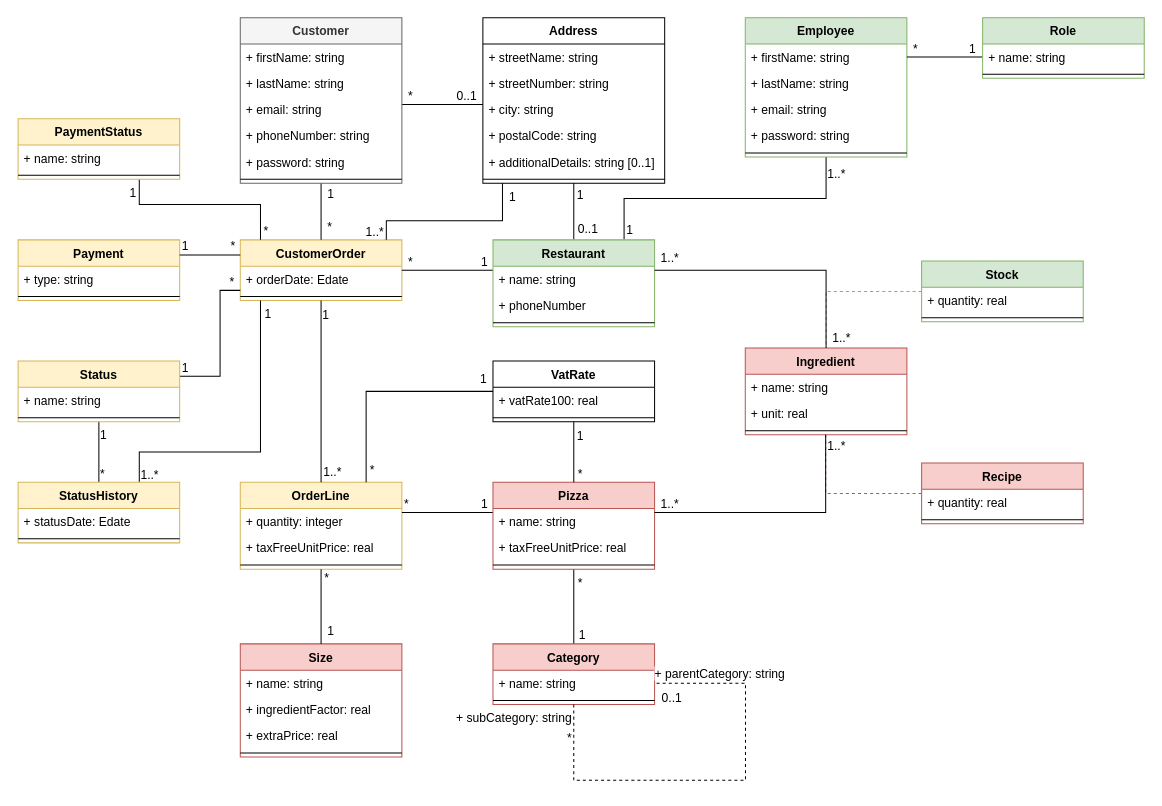
Above: page "ClassDiagram" (11 of 13) of Diagrams/OCPizza.drawio in GuillaumeOj/DesignTechnicalSolution (draw.io), before the change. Source tidied: cells renumbered, new cells numbered last; positions are measured from the earlier drawing's top-left corner, leaving out a move shared by most shapes. Both pictures are drawn from the tidied source at 101%, with x=0, y=0 at pixel (17, 17).
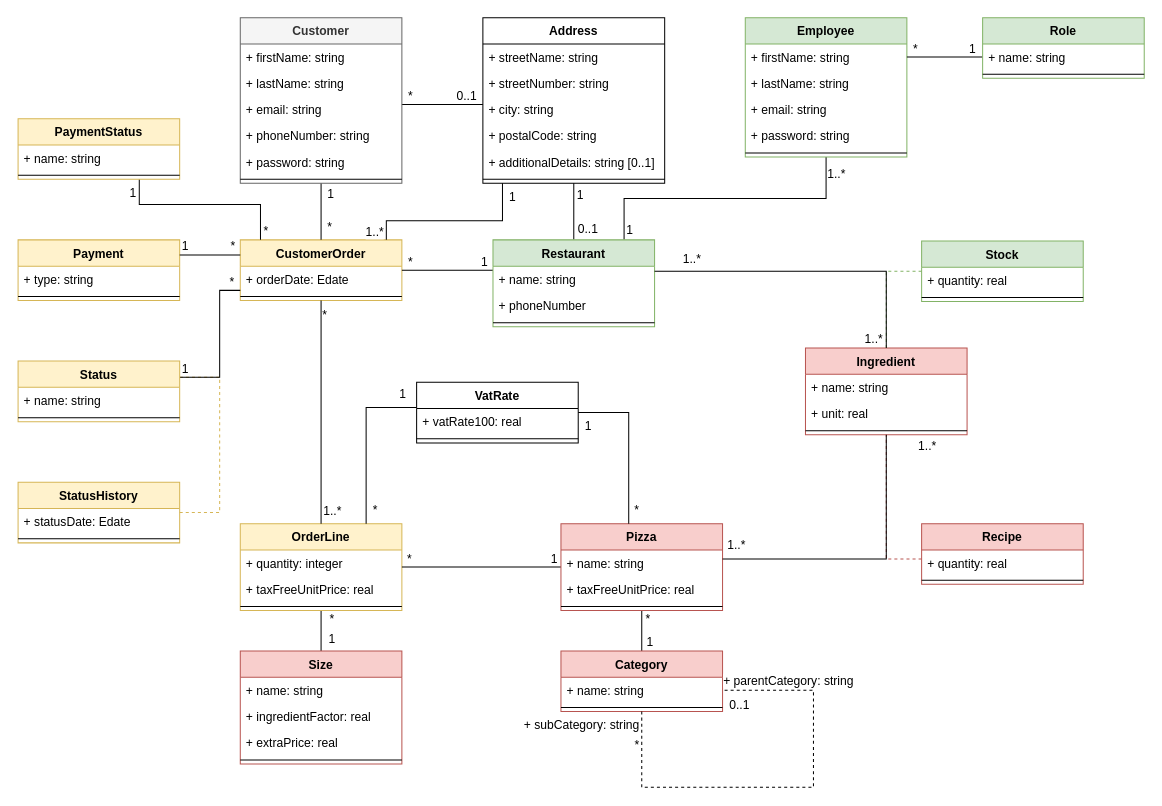
The same page after the edit.

The change refers to these unchanged cells:
```xml
<mxCell id="13" value="CustomerOrder" style="swimlane;fontStyle=1;align=center;verticalAlign=top;horizontal=1;startSize=26;fillColor=#fff2cc;strokeColor=#d6b656;" parent="1" vertex="1">
  <mxGeometry x="220.4" y="220" width="160" height="60" as="geometry" />
</mxCell>
<mxCell id="61" value="Restaurant" style="swimlane;fontStyle=1;align=center;verticalAlign=top;horizontal=1;startSize=26;fillColor=#d5e8d4;strokeColor=#82b366;" parent="1" vertex="1">
  <mxGeometry x="470.6" y="220" width="160" height="86" as="geometry" />
</mxCell>
<mxCell id="81" value="+ name: string" style="text;strokeColor=none;fillColor=none;align=left;verticalAlign=top;spacingLeft=4;spacingRight=4;overflow=hidden;points=[[0,0.5],[1,0.5]];portConstraint=eastwest;" parent="80" vertex="1">
  <mxGeometry y="26" width="160" height="26" as="geometry" />
</mxCell>
<mxCell id="116" value="Status" style="swimlane;fontStyle=1;align=center;verticalAlign=top;horizontal=1;startSize=26;fillColor=#fff2cc;strokeColor=#d6b656;" parent="1" vertex="1">
  <mxGeometry x="0.4" y="340" width="160" height="60" as="geometry" />
</mxCell>
<mxCell id="122" value="StatusHistory" style="swimlane;fontStyle=1;align=center;verticalAlign=top;horizontal=1;startSize=26;fillColor=#fff2cc;strokeColor=#d6b656;" parent="1" vertex="1">
  <mxGeometry x="0.4" y="460" width="160" height="60" as="geometry" />
</mxCell>
```

What changed in the source:
```diff
@@
+    <mxCell id="119" style="edgeStyle=orthogonalEdgeStyle;rounded=0;jettySize=auto;html=1;startFill=1;endArrow=none;endFill=0;fillColor=#fff2cc;strokeColor=#d6b656;dashed=1;" parent="1" edge="1" source="122" target="116">
+      <mxGeometry relative="1" as="geometry">
+        <Array as="points">
+          <mxPoint x="200" y="490" />
+          <mxPoint x="200" y="356" />
+        </Array>
+      </mxGeometry>
+    </mxCell>
     <mxCell id="2" style="edgeStyle=orthogonalEdgeStyle;rounded=0;jettySize=auto;html=1;endArrow=none;endFill=0;dashed=1;fillColor=#f8cecc;strokeColor=#b85450;" parent="1" edge="1" source="71" target="16">
       <mxGeometry relative="1" as="geometry">
         <Array as="points">
-          <mxPoint x="800" y="471" />
+          <mxPoint x="860" y="536" />
         </Array>
       </mxGeometry>
     </mxCell>
     <mxCell id="3" style="edgeStyle=orthogonalEdgeStyle;rounded=0;jettySize=auto;html=1;dashed=1;endArrow=none;endFill=0;fillColor=#d5e8d4;strokeColor=#82b366;" parent="1" edge="1" source="68" target="16">
-      <mxGeometry relative="1" as="geometry" />
+      <mxGeometry relative="1" as="geometry">
+        <Array as="points">
+          <mxPoint x="860" y="251" />
+        </Array>
+      </mxGeometry>
     </mxCell>
+    <mxCell id="140" style="edgeStyle=orthogonalEdgeStyle;rounded=0;jettySize=auto;html=1;endArrow=none;endFill=0;" parent="1" edge="1" source="4" target="9">
+      <mxGeometry relative="1" as="geometry" />
+    </mxCell>
+    <mxCell id="141" value="1" style="text;html=1;align=center;verticalAlign=middle;labelBackgroundColor=#ffffff;" parent="140" vertex="1">
+      <mxGeometry x="-0.17" y="-2" relative="1" as="geometry">
+        <mxPoint x="7.6" y="5.5" as="offset" />
+      </mxGeometry>
+    </mxCell>
+    <mxCell id="142" value="*" style="text;html=1;align=center;verticalAlign=middle;labelBackgroundColor=#ffffff;" parent="140" vertex="1">
+      <mxGeometry x="0.49" y="-2" relative="1" as="geometry">
+        <mxPoint x="7.6" y="-1.1" as="offset" />
+      </mxGeometry>
+    </mxCell>
     <mxCell id="4" value="Size" style="swimlane;fontStyle=1;align=center;verticalAlign=top;horizontal=1;startSize=26;fillColor=#f8cecc;strokeColor=#b85450;" parent="1" vertex="1">
-      <mxGeometry x="220.4" y="620" width="160" height="112" as="geometry" />
+      <mxGeometry x="220.4" y="627" width="160" height="112" as="geometry" />
     </mxCell>
@@
     <mxCell id="9" value="OrderLine" style="swimlane;fontStyle=1;align=center;verticalAlign=top;horizontal=1;startSize=26;fillColor=#fff2cc;strokeColor=#d6b656;" parent="1" vertex="1">
-      <mxGeometry x="220.4" y="460" width="160" height="86" as="geometry" />
+      <mxGeometry x="220.4" y="501" width="160" height="86" as="geometry" />
     </mxCell>
@@
     <mxCell id="16" value="Ingredient" style="swimlane;fontStyle=1;align=center;verticalAlign=top;horizontal=1;startSize=26;fillColor=#f8cecc;strokeColor=#b85450;" parent="1" vertex="1">
-      <mxGeometry x="720.4" y="327" width="160" height="86" as="geometry" />
+      <mxGeometry x="780" y="327" width="160" height="86" as="geometry" />
     </mxCell>
@@
-    <mxCell id="52" style="edgeStyle=orthogonalEdgeStyle;rounded=0;jettySize=auto;html=1;exitX=0.5;exitY=1;exitDx=0;exitDy=0;startFill=1;endArrow=none;endFill=0;" parent="1" edge="1" source="13" target="9">
+    <mxCell id="52" style="edgeStyle=orthogonalEdgeStyle;rounded=0;jettySize=auto;html=1;startFill=1;endArrow=none;endFill=0;" parent="1" edge="1" source="13" target="9">
       <mxGeometry relative="1" as="geometry" />
     </mxCell>
-    <mxCell id="53" value="1" style="text;html=1;align=left;verticalAlign=top;labelBackgroundColor=#ffffff;" parent="52" vertex="1">
+    <mxCell id="53" value="*" style="text;html=1;align=left;verticalAlign=top;labelBackgroundColor=#ffffff;" parent="52" vertex="1">
       <mxGeometry x="-0.35" relative="1" as="geometry">
-        <mxPoint y="-58.3" as="offset" />
+        <mxPoint y="-70.9" as="offset" />
       </mxGeometry>
     </mxCell>
     <mxCell id="54" value="1..*" style="text;html=1;align=left;verticalAlign=bottom;labelBackgroundColor=#ffffff;" parent="52" vertex="1">
       <mxGeometry x="0.44" y="-2" relative="1" as="geometry">
-        <mxPoint x="3" y="47.9" as="offset" />
+        <mxPoint x="3" y="57.7" as="offset" />
       </mxGeometry>
     </mxCell>
@@
     <mxCell id="65" style="edgeStyle=orthogonalEdgeStyle;rounded=0;jettySize=auto;html=1;startFill=1;endArrow=none;endFill=0;" parent="1" edge="1" source="16" target="61">
       <mxGeometry relative="1" as="geometry">
         <Array as="points">
-          <mxPoint x="800" y="250" />
+          <mxPoint x="860" y="251" />
         </Array>
       </mxGeometry>
     </mxCell>
@@
     <mxCell id="68" value="Stock" style="swimlane;fontStyle=1;align=center;verticalAlign=top;horizontal=1;startSize=26;fillColor=#d5e8d4;strokeColor=#82b366;" parent="1" vertex="1">
-      <mxGeometry x="895" y="241" width="160" height="60" as="geometry" />
+      <mxGeometry x="895" y="221" width="160" height="60" as="geometry" />
     </mxCell>
@@
     <mxCell id="71" value="Recipe" style="swimlane;fontStyle=1;align=center;verticalAlign=top;horizontal=1;startSize=26;fillColor=#f8cecc;strokeColor=#b85450;" parent="1" vertex="1">
-      <mxGeometry x="895" y="441" width="160" height="60" as="geometry" />
+      <mxGeometry x="895" y="501" width="160" height="60" as="geometry" />
     </mxCell>
@@
     <mxCell id="74" style="edgeStyle=orthogonalEdgeStyle;rounded=0;jettySize=auto;html=1;startFill=1;endArrow=none;endFill=0;" parent="1" edge="1" source="80" target="9">
-      <mxGeometry relative="1" as="geometry">
-        <Array as="points">
-          <mxPoint x="430.4" y="490" />
-          <mxPoint x="430.4" y="490" />
-        </Array>
-      </mxGeometry>
+      <mxGeometry relative="1" as="geometry" />
     </mxCell>
     <mxCell id="75" value="1" style="text;html=1;align=right;verticalAlign=bottom;labelBackgroundColor=#ffffff;" parent="74" vertex="1">
       <mxGeometry x="-0.06" y="-1" relative="1" as="geometry">
-        <mxPoint x="37.1" y="1" as="offset" />
+        <mxPoint x="71.2" y="1" as="offset" />
       </mxGeometry>
     </mxCell>
     <mxCell id="76" value="*" style="text;html=1;align=left;verticalAlign=bottom;labelBackgroundColor=#ffffff;" parent="74" vertex="1">
       <mxGeometry x="0.2" relative="1" as="geometry">
-        <mxPoint x="-35.4" as="offset" />
+        <mxPoint x="-58.9" as="offset" />
       </mxGeometry>
     </mxCell>
-    <mxCell id="77" style="edgeStyle=orthogonalEdgeStyle;rounded=0;jettySize=auto;html=1;exitX=0.5;exitY=1;exitDx=0;exitDy=0;startFill=1;endArrow=none;endFill=0;" parent="1" edge="1" source="80" target="90">
+    <mxCell id="77" style="edgeStyle=orthogonalEdgeStyle;rounded=0;jettySize=auto;html=1;startFill=1;endArrow=none;endFill=0;" parent="1" edge="1" source="80" target="90">
       <mxGeometry relative="1" as="geometry" />
     </mxCell>
     <mxCell id="78" value="1" style="text;html=1;align=left;verticalAlign=bottom;labelBackgroundColor=#ffffff;" parent="77" vertex="1">
       <mxGeometry x="0.4" relative="1" as="geometry">
-        <mxPoint x="3" y="22" as="offset" />
+        <mxPoint x="3" y="12" as="offset" />
       </mxGeometry>
     </mxCell>
     <mxCell id="79" value="*" style="text;html=1;align=left;verticalAlign=top;labelBackgroundColor=#ffffff;" parent="77" vertex="1">
       <mxGeometry x="-0.42" y="-2" relative="1" as="geometry">
-        <mxPoint x="3.9" y="-20.7" as="offset" />
+        <mxPoint x="3.9" y="-16.6" as="offset" />
       </mxGeometry>
     </mxCell>
     <mxCell id="80" value="Pizza" style="swimlane;fontStyle=1;align=center;verticalAlign=top;horizontal=1;startSize=26;fillColor=#f8cecc;strokeColor=#b85450;" parent="1" vertex="1">
-      <mxGeometry x="470.6" y="460" width="160" height="86" as="geometry" />
+      <mxGeometry x="537.9" y="501" width="160" height="86" as="geometry" />
     </mxCell>
@@
-    <mxCell id="84" style="edgeStyle=orthogonalEdgeStyle;rounded=0;jettySize=auto;html=1;exitX=0.5;exitY=1;exitDx=0;exitDy=0;startFill=1;endArrow=none;endFill=0;" parent="1" edge="1" source="87" target="80">
-      <mxGeometry relative="1" as="geometry" />
+    <mxCell id="84" style="edgeStyle=orthogonalEdgeStyle;rounded=0;jettySize=auto;html=1;startFill=1;endArrow=none;endFill=0;" parent="1" edge="1" source="87" target="80">
+      <mxGeometry relative="1" as="geometry">
+        <Array as="points">
+          <mxPoint x="605" y="476" />
+          <mxPoint x="605" y="476" />
+        </Array>
+      </mxGeometry>
     </mxCell>
     <mxCell id="85" value="1" style="text;html=1;align=left;verticalAlign=top;labelBackgroundColor=#ffffff;" parent="84" vertex="1">
       <mxGeometry x="-0.25" y="1" relative="1" as="geometry">
-        <mxPoint y="-22.3" as="offset" />
+        <mxPoint x="-46.5" y="-10" as="offset" />
       </mxGeometry>
     </mxCell>
     <mxCell id="86" value="*" style="text;html=1;align=left;verticalAlign=bottom;labelBackgroundColor=#ffffff;" parent="84" vertex="1">
       <mxGeometry x="0.53" y="-1" relative="1" as="geometry">
-        <mxPoint x="2.9" y="14.3" as="offset" />
+        <mxPoint x="5.4" y="32.5" as="offset" />
       </mxGeometry>
     </mxCell>
     <mxCell id="87" value="VatRate" style="swimlane;fontStyle=1;align=center;verticalAlign=top;horizontal=1;startSize=26;" parent="1" vertex="1">
-      <mxGeometry x="470.6" y="340" width="160" height="60" as="geometry" />
+      <mxGeometry x="395" y="361" width="160" height="60" as="geometry" />
     </mxCell>
@@
     <mxCell id="90" value="Category" style="swimlane;fontStyle=1;align=center;verticalAlign=top;horizontal=1;startSize=26;fillColor=#f8cecc;strokeColor=#b85450;" parent="1" vertex="1">
-      <mxGeometry x="470.6" y="620" width="160" height="60" as="geometry" />
+      <mxGeometry x="537.9" y="627" width="160" height="60" as="geometry" />
     </mxCell>
@@
-    <mxCell id="98" style="edgeStyle=orthogonalEdgeStyle;rounded=0;jettySize=auto;html=1;exitX=0.5;exitY=1;exitDx=0;exitDy=0;startFill=1;endArrow=none;endFill=0;" parent="1" edge="1" source="9" target="4">
-      <mxGeometry relative="1" as="geometry" />
-    </mxCell>
-    <mxCell id="99" value="1" style="text;html=1;align=left;verticalAlign=bottom;labelBackgroundColor=#ffffff;" parent="98" vertex="1">
-      <mxGeometry x="-0.04" relative="1" as="geometry">
-        <mxPoint x="4.6" y="34.3" as="offset" />
-      </mxGeometry>
-    </mxCell>
-    <mxCell id="100" value="*" style="text;html=1;align=left;verticalAlign=top;labelBackgroundColor=#ffffff;" parent="98" vertex="1">
-      <mxGeometry x="-0.21" y="1" relative="1" as="geometry">
-        <mxPoint x="1" y="-34" as="offset" />
-      </mxGeometry>
-    </mxCell>
@@
-    <mxCell id="110" style="edgeStyle=orthogonalEdgeStyle;rounded=0;jettySize=auto;html=1;exitX=1;exitY=0.25;exitDx=0;exitDy=0;startFill=1;endArrow=none;endFill=0;" parent="1" edge="1" source="116" target="13">
+    <mxCell id="110" style="edgeStyle=orthogonalEdgeStyle;rounded=0;jettySize=auto;html=1;startFill=1;endArrow=none;endFill=0;" parent="1" edge="1" source="116" target="13">
       <mxGeometry relative="1" as="geometry">
         <Array as="points">
-          <mxPoint x="200.4" y="355" />
-          <mxPoint x="200.4" y="270" />
+          <mxPoint x="200" y="356" />
+          <mxPoint x="200" y="270" />
         </Array>
       </mxGeometry>
     </mxCell>
@@
-    <mxCell id="113" style="edgeStyle=orthogonalEdgeStyle;rounded=0;jettySize=auto;html=1;startFill=1;endArrow=none;endFill=0;" parent="1" edge="1" source="116" target="122">
-      <mxGeometry relative="1" as="geometry" />
-    </mxCell>
-    <mxCell id="114" value="1" style="text;html=1;align=left;verticalAlign=top;labelBackgroundColor=#ffffff;" parent="113" vertex="1">
-      <mxGeometry x="-0.21" relative="1" as="geometry">
-        <mxPoint y="-23.9" as="offset" />
-      </mxGeometry>
-    </mxCell>
-    <mxCell id="115" value="*" style="text;html=1;align=left;verticalAlign=bottom;labelBackgroundColor=#ffffff;" parent="113" vertex="1">
-      <mxGeometry x="0.51" y="-1" relative="1" as="geometry">
-        <mxPoint x="1" y="14.7" as="offset" />
-      </mxGeometry>
-    </mxCell>
@@
-    <mxCell id="119" style="edgeStyle=orthogonalEdgeStyle;rounded=0;jettySize=auto;html=1;startFill=1;endArrow=none;endFill=0;" parent="1" edge="1" source="122" target="13">
-      <mxGeometry relative="1" as="geometry">
-        <Array as="points">
-          <mxPoint x="120.4" y="430" />
-          <mxPoint x="240.4" y="430" />
-        </Array>
-      </mxGeometry>
-    </mxCell>
-    <mxCell id="120" value="1" style="text;html=1;align=left;verticalAlign=top;labelBackgroundColor=#ffffff;" parent="119" vertex="1">
-      <mxGeometry x="0.84" y="-3" relative="1" as="geometry">
-        <mxPoint y="-24.4" as="offset" />
-      </mxGeometry>
-    </mxCell>
-    <mxCell id="121" value="1..*" style="text;html=1;align=left;verticalAlign=bottom;labelBackgroundColor=#ffffff;" parent="119" vertex="1">
-      <mxGeometry x="-0.93" relative="1" as="geometry">
-        <mxPoint y="10.9" as="offset" />
-      </mxGeometry>
-    </mxCell>
@@
-    <mxCell id="125" style="edgeStyle=orthogonalEdgeStyle;rounded=0;jettySize=auto;html=1;startFill=1;endArrow=none;endFill=0;" parent="1" edge="1" source="81" target="16">
+    <mxCell id="125" style="edgeStyle=orthogonalEdgeStyle;rounded=0;jettySize=auto;html=1;startFill=1;endArrow=none;endFill=0;" parent="1" edge="1" source="80" target="16">
       <mxGeometry relative="1" as="geometry">
         <Array as="points">
-          <mxPoint x="800" y="490" />
+          <mxPoint x="860" y="536" />
         </Array>
       </mxGeometry>
     </mxCell>
     <mxCell id="126" value="1..*" style="text;html=1;align=left;verticalAlign=top;labelBackgroundColor=#ffffff;" parent="125" vertex="1">
       <mxGeometry x="0.13" y="2" relative="1" as="geometry">
-        <mxPoint x="30.8" y="-77" as="offset" />
+        <mxPoint x="30.8" y="-123" as="offset" />
       </mxGeometry>
     </mxCell>
     <mxCell id="127" value="1..*" style="text;html=1;align=left;verticalAlign=bottom;labelBackgroundColor=#ffffff;" parent="125" vertex="1">
       <mxGeometry y="27" relative="1" as="geometry">
-        <mxPoint x="-118.6" y="27" as="offset" />
+        <mxPoint x="-139.8" y="22" as="offset" />
       </mxGeometry>
     </mxCell>
@@
     <mxCell id="137" style="edgeStyle=orthogonalEdgeStyle;rounded=0;jettySize=auto;html=1;startFill=1;endArrow=none;endFill=0;" parent="1" edge="1" source="87" target="9">
       <mxGeometry relative="1" as="geometry">
         <Array as="points">
-          <mxPoint x="345" y="370" />
+          <mxPoint x="345" y="386" />
         </Array>
       </mxGeometry>
     </mxCell>
     <mxCell id="138" value="1" style="text;html=1;align=right;verticalAlign=bottom;labelBackgroundColor=#ffffff;" parent="137" vertex="1">
       <mxGeometry x="-0.25" y="1" relative="1" as="geometry">
-        <mxPoint x="75.1" y="-5" as="offset" />
+        <mxPoint x="39" y="-16.7" as="offset" />
       </mxGeometry>
     </mxCell>
     <mxCell id="139" value="*" style="text;html=1;align=left;verticalAlign=bottom;labelBackgroundColor=#ffffff;" parent="137" vertex="1">
       <mxGeometry x="0.53" y="-1" relative="1" as="geometry">
-        <mxPoint x="2.9" y="46.7" as="offset" />
+        <mxPoint x="6" y="34.2" as="offset" />
       </mxGeometry>
     </mxCell>
```
